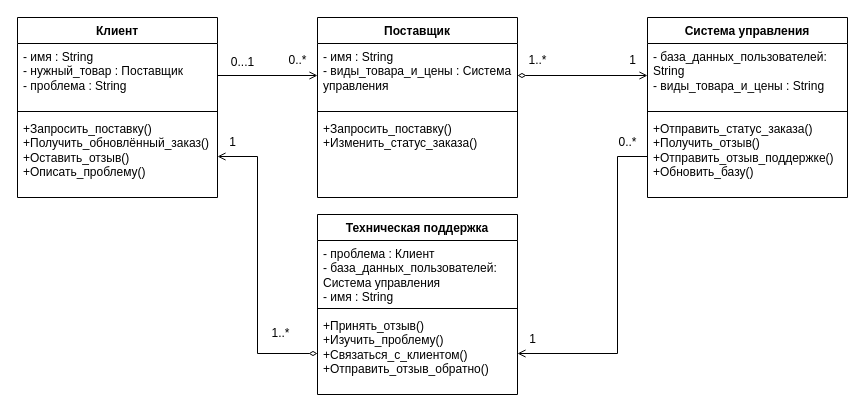
Before: page "Page-4" (4 of 4) of 1-1.drawio in Helpmepleaseitishard/Aikms, a draw.io diagram. Source tidied: cells renumbered, new cells numbered last; positions are measured from the earlier drawing's top-left corner, leaving out a move shared by most shapes. Both pictures are drawn from the tidied source at 100%, with x=0, y=0 at pixel (17, 17).
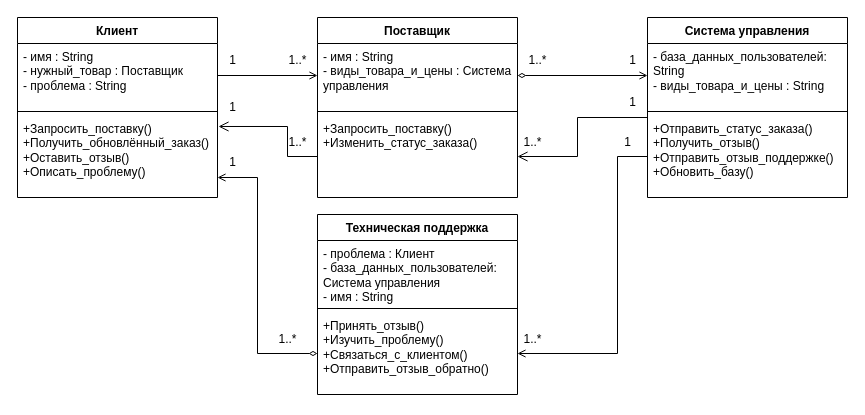
The same page after the edit.

Unchanged cells that the change refers to:
```xml
<mxCell id="9" value="&lt;div&gt;&lt;div&gt;+Запросить_поставку()&lt;/div&gt;&lt;/div&gt;&lt;div&gt;+Изменить_статус_заказа()&lt;/div&gt;&lt;div&gt;&lt;br&gt;&lt;/div&gt;" style="text;strokeColor=none;fillColor=none;align=left;verticalAlign=top;spacingLeft=4;spacingRight=4;overflow=hidden;points=[[0,0.5],[1,0.5]];portConstraint=eastwest;whiteSpace=wrap;html=1;" parent="6" vertex="1">
  <mxGeometry y="98" width="200" height="82" as="geometry" />
</mxCell>
<mxCell id="13" value="&lt;div&gt;+Запросить_поставку()&lt;/div&gt;&lt;div&gt;&lt;div&gt;+Получить_обновлённый_заказ()&lt;/div&gt;&lt;/div&gt;&lt;div&gt;+Оставить_отзыв()&lt;/div&gt;&lt;div&gt;&lt;div&gt;+Описать_проблему()&lt;/div&gt;&lt;/div&gt;" style="text;strokeColor=none;fillColor=none;align=left;verticalAlign=top;spacingLeft=4;spacingRight=4;overflow=hidden;points=[[0,0.5],[1,0.5]];portConstraint=eastwest;whiteSpace=wrap;html=1;" parent="10" vertex="1">
  <mxGeometry y="98" width="200" height="82" as="geometry" />
</mxCell>
<mxCell id="18" value="&lt;div&gt;+Принять_отзыв()&lt;/div&gt;&lt;div&gt;+Изучить_проблему()&lt;/div&gt;&lt;div&gt;&lt;div&gt;+Связаться_с_клиентом()&lt;/div&gt;&lt;/div&gt;&lt;div&gt;&lt;div&gt;+Отправить_отзыв_обратно()&lt;/div&gt;&lt;/div&gt;" style="text;strokeColor=none;fillColor=none;align=left;verticalAlign=top;spacingLeft=4;spacingRight=4;overflow=hidden;points=[[0,0.5],[1,0.5]];portConstraint=eastwest;whiteSpace=wrap;html=1;" parent="15" vertex="1">
  <mxGeometry y="98" width="200" height="82" as="geometry" />
</mxCell>
```

Diff of the diagram source:
```diff
@@
-    <mxCell id="14" style="edgeStyle=orthogonalEdgeStyle;rounded=0;jettySize=auto;html=1;entryX=1;entryY=0.5;entryDx=0;entryDy=0;strokeWidth=1;endArrow=open;endFill=0;startArrow=diamondThin;startFill=0;exitX=0;exitY=0.5;exitDx=0;exitDy=0;" parent="1" edge="1" source="18" target="13">
+    <mxCell id="14" style="edgeStyle=orthogonalEdgeStyle;rounded=0;jettySize=auto;html=1;strokeWidth=1;endArrow=open;endFill=0;startArrow=diamondThin;startFill=0;exitX=0;exitY=0.5;exitDx=0;exitDy=0;" parent="1" edge="1" source="18">
       <mxGeometry relative="1" as="geometry">
+        <mxPoint x="200" y="160" as="targetPoint" />
         <Array as="points">
           <mxPoint x="240" y="336" />
-          <mxPoint x="240" y="139" />
+          <mxPoint x="240" y="160" />
+          <mxPoint x="200" y="160" />
         </Array>
       </mxGeometry>
     </mxCell>
@@
-    <mxCell id="22" value="0..*" style="text;html=1;align=center;verticalAlign=middle;strokeColor=none;fillColor=none;" parent="1" vertex="1">
+    <mxCell id="22" value="1..*" style="text;html=1;align=center;verticalAlign=middle;strokeColor=none;fillColor=none;" parent="1" vertex="1">
       <mxGeometry x="260" y="28" width="40" height="30" as="geometry" />
     </mxCell>
-    <mxCell id="23" value="0...1" style="text;html=1;align=center;verticalAlign=middle;strokeColor=none;fillColor=none;" parent="1" vertex="1">
-      <mxGeometry x="200" y="30" width="50" height="30" as="geometry" />
+    <mxCell id="23" value="1" style="text;html=1;align=center;verticalAlign=middle;strokeColor=none;fillColor=none;" parent="1" vertex="1">
+      <mxGeometry x="200" y="28" width="30" height="30" as="geometry" />
     </mxCell>
-    <mxCell id="24" value="0..*" style="text;html=1;align=center;verticalAlign=middle;strokeColor=none;fillColor=none;" parent="1" vertex="1">
-      <mxGeometry x="590" y="110" width="40" height="30" as="geometry" />
+    <mxCell id="24" value="1" style="text;html=1;align=center;verticalAlign=middle;strokeColor=none;fillColor=none;" parent="1" vertex="1">
+      <mxGeometry x="595" y="110" width="30" height="30" as="geometry" />
     </mxCell>
@@
-    <mxCell id="26" value="1" style="text;html=1;align=center;verticalAlign=middle;strokeColor=none;fillColor=none;" parent="1" vertex="1">
-      <mxGeometry x="500" y="307" width="30" height="30" as="geometry" />
+    <mxCell id="26" value="1..*" style="text;html=1;align=center;verticalAlign=middle;strokeColor=none;fillColor=none;" parent="1" vertex="1">
+      <mxGeometry x="495" y="307" width="40" height="30" as="geometry" />
     </mxCell>
     <mxCell id="27" value="1" style="text;html=1;align=center;verticalAlign=middle;strokeColor=none;fillColor=none;" parent="1" vertex="1">
-      <mxGeometry x="200" y="110" width="30" height="30" as="geometry" />
+      <mxGeometry x="200" y="130" width="30" height="30" as="geometry" />
     </mxCell>
@@
     <mxCell id="29" value="1..*" style="text;html=1;align=center;verticalAlign=middle;strokeColor=none;fillColor=none;" parent="1" vertex="1">
-      <mxGeometry x="243" y="301" width="40" height="30" as="geometry" />
+      <mxGeometry x="250" y="307" width="40" height="30" as="geometry" />
     </mxCell>
+    <mxCell id="30" style="edgeStyle=none;curved=0;rounded=0;jettySize=auto;html=1;exitX=0;exitY=0.5;exitDx=0;exitDy=0;entryX=1.005;entryY=0.134;entryDx=0;entryDy=0;entryPerimeter=0;fontSize=12;startSize=8;endSize=8;endArrow=open;endFill=0;" parent="1" edge="1" source="9" target="13">
+      <mxGeometry relative="1" as="geometry">
+        <Array as="points">
+          <mxPoint x="270" y="139" />
+          <mxPoint x="270" y="109" />
+        </Array>
+      </mxGeometry>
+    </mxCell>
+    <mxCell id="31" style="edgeStyle=none;curved=0;rounded=0;jettySize=auto;html=1;entryX=1;entryY=0.5;entryDx=0;entryDy=0;fontSize=12;startSize=8;endSize=8;endArrow=open;endFill=0;" parent="1" edge="1" target="9">
+      <mxGeometry relative="1" as="geometry">
+        <mxPoint x="630" y="100" as="sourcePoint" />
+        <Array as="points">
+          <mxPoint x="630" y="100" />
+          <mxPoint x="560" y="100" />
+          <mxPoint x="560" y="139" />
+        </Array>
+      </mxGeometry>
+    </mxCell>
+    <mxCell id="32" value="1" style="text;html=1;align=center;verticalAlign=middle;strokeColor=none;fillColor=none;" parent="1" vertex="1">
+      <mxGeometry x="200" y="75" width="30" height="30" as="geometry" />
+    </mxCell>
+    <mxCell id="33" value="1..*" style="text;html=1;align=center;verticalAlign=middle;strokeColor=none;fillColor=none;" parent="1" vertex="1">
+      <mxGeometry x="260" y="110" width="40" height="30" as="geometry" />
+    </mxCell>
+    <mxCell id="34" value="1..*" style="text;html=1;align=center;verticalAlign=middle;strokeColor=none;fillColor=none;" parent="1" vertex="1">
+      <mxGeometry x="495" y="110" width="40" height="30" as="geometry" />
+    </mxCell>
+    <mxCell id="35" value="1" style="text;html=1;align=center;verticalAlign=middle;strokeColor=none;fillColor=none;" parent="1" vertex="1">
+      <mxGeometry x="600" y="70" width="30" height="30" as="geometry" />
+    </mxCell>
```
